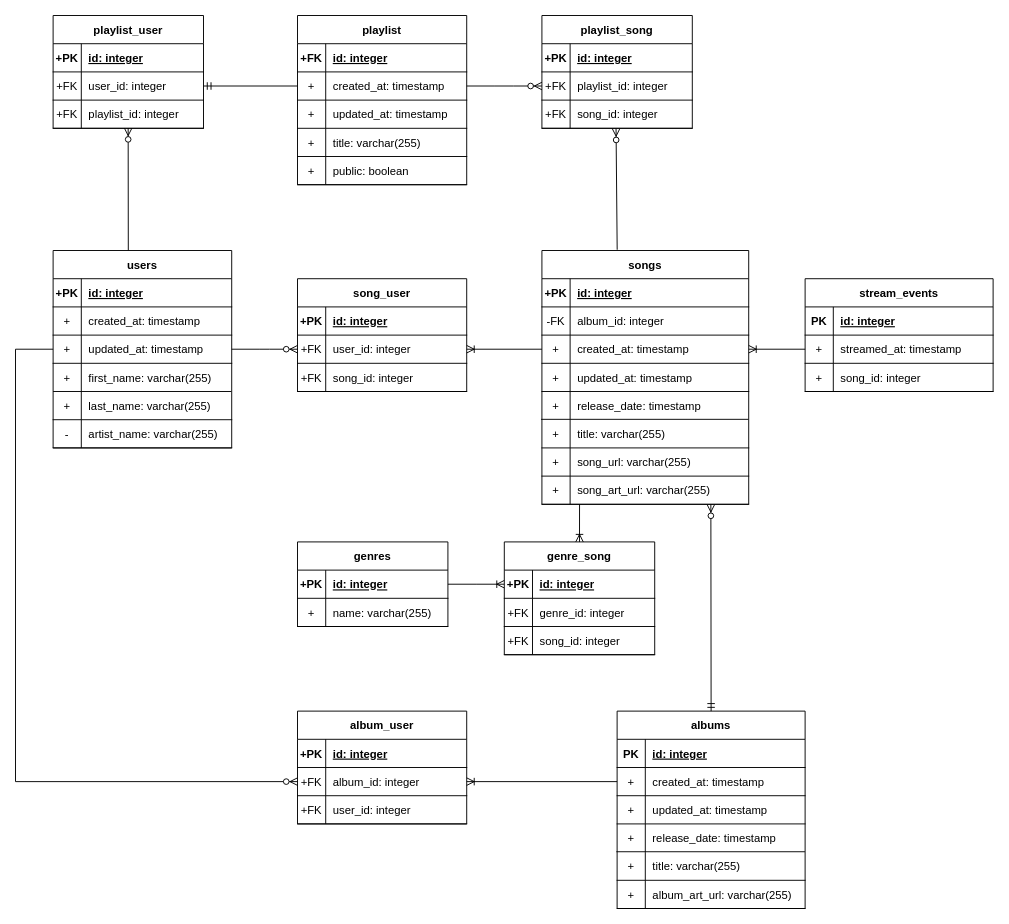
Earlier version of the draw.io diagram ER Diagram.drawio (alecdiaz1/rainify). Source tidied: cells renumbered, new cells numbered last; positions are measured from the earlier drawing's top-left corner, leaving out a move shared by most shapes. Both pictures are drawn from the tidied source at 94%, with x=0, y=0 at pixel (15, 15).
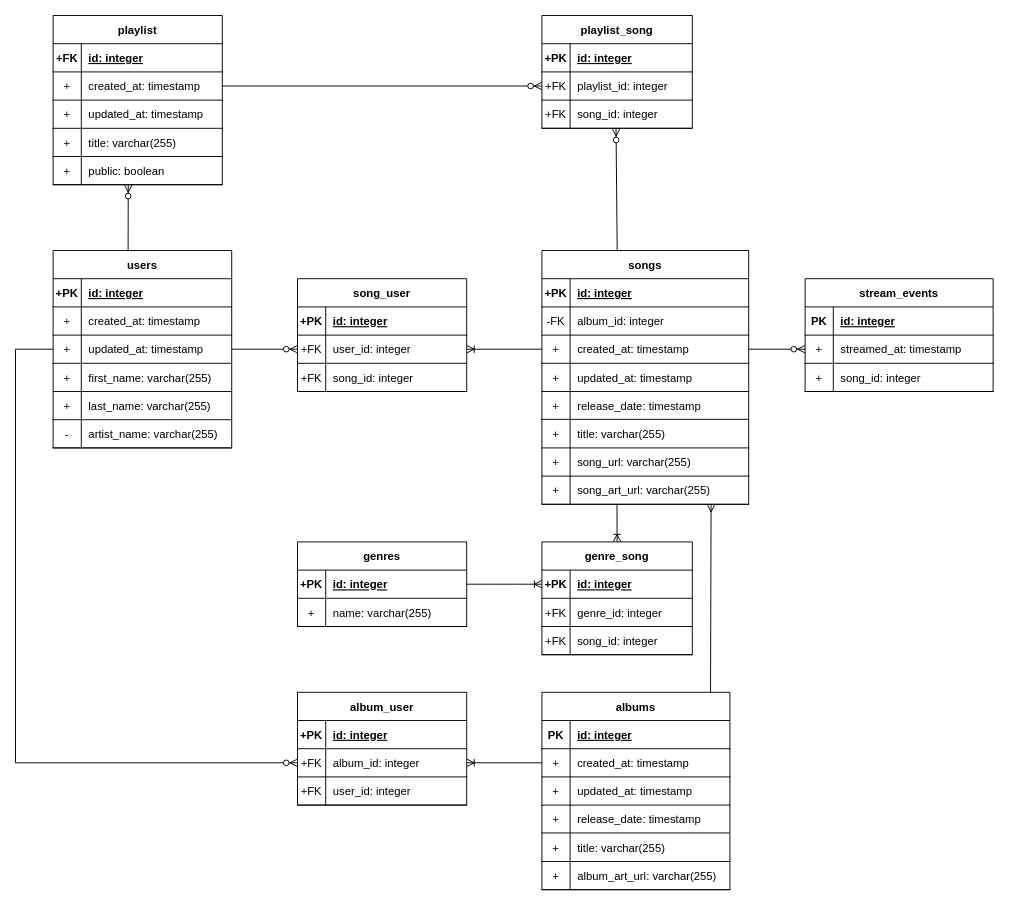
The same page after the edit.

The change refers to these unchanged cells:
```xml
<mxCell id="2" value="users" style="shape=table;startSize=30;childLayout=tableLayout;rowLines=0;fontStyle=1;align=center;rounded=0;sketch=0;" parent="1" vertex="1">
  <mxGeometry x="40" y="250" width="190" height="210" as="geometry" />
</mxCell>
<mxCell id="39" style="shape=tableRow;horizontal=0;startSize=0;swimlaneHead=0;swimlaneBody=0;fillColor=none;points=[[0,0.5],[1,0.5]];portConstraint=eastwest;top=0;left=0;right=0;bottom=1;rounded=0;sketch=0;" parent="32" vertex="1">
  <mxGeometry y="90" width="220" height="30" as="geometry" />
</mxCell>
<mxCell id="54" style="shape=tableRow;horizontal=0;startSize=0;swimlaneHead=0;swimlaneBody=0;fillColor=none;points=[[0,0.5],[1,0.5]];portConstraint=eastwest;top=0;left=0;right=0;bottom=1;rounded=0;sketch=0;" parent="32" vertex="1">
  <mxGeometry y="240" width="220" height="30" as="geometry" />
</mxCell>
<mxCell id="62" style="shape=tableRow;horizontal=0;startSize=0;swimlaneHead=0;swimlaneBody=0;fillColor=none;points=[[0,0.5],[1,0.5]];portConstraint=eastwest;top=0;left=0;right=0;bottom=1;rounded=0;sketch=0;" parent="58" vertex="1">
  <mxGeometry y="60" width="200" height="30" as="geometry" />
</mxCell>
<mxCell id="94" style="shape=tableRow;horizontal=0;startSize=0;swimlaneHead=0;swimlaneBody=0;fillColor=none;points=[[0,0.5],[1,0.5]];portConstraint=eastwest;top=0;left=0;right=0;bottom=1;rounded=0;sketch=0;" parent="90" vertex="1">
  <mxGeometry y="60" width="180" height="30" as="geometry" />
</mxCell>
<mxCell id="103" style="shape=tableRow;horizontal=0;startSize=0;swimlaneHead=0;swimlaneBody=0;fillColor=none;points=[[0,0.5],[1,0.5]];portConstraint=eastwest;top=0;left=0;right=0;bottom=1;rounded=0;sketch=0;" parent="90" vertex="1">
  <mxGeometry y="150" width="180" height="30" as="geometry" />
</mxCell>
```

Diff of the diagram source:
```diff
@@
     <mxCell id="69" value="genres" style="shape=table;startSize=30;childLayout=tableLayout;rowLines=0;fontStyle=1;align=center;rounded=0;sketch=0;" parent="1" vertex="1">
-      <mxGeometry x="300" y="560" width="160" height="90" as="geometry" />
+      <mxGeometry x="300" y="560" width="180" height="90" as="geometry" />
     </mxCell>
     <mxCell id="70" style="shape=tableRow;horizontal=0;startSize=0;swimlaneHead=0;swimlaneBody=0;fillColor=none;top=0;left=0;right=0;bottom=1;rounded=0;sketch=0;" parent="69" vertex="1">
-      <mxGeometry y="30" width="160" height="30" as="geometry" />
+      <mxGeometry y="30" width="180" height="30" as="geometry" />
     </mxCell>
@@
     <mxCell id="72" value="id: integer" style="shape=partialRectangle;fillColor=none;top=0;left=0;bottom=0;right=0;align=left;spacingLeft=6;fontStyle=5;overflow=hidden;rounded=0;sketch=0;" parent="70" vertex="1">
-      <mxGeometry x="30" width="130" height="30" as="geometry" />
+      <mxGeometry x="30" width="150" height="30" as="geometry" />
     </mxCell>
     <mxCell id="73" style="shape=tableRow;horizontal=0;startSize=0;swimlaneHead=0;swimlaneBody=0;fillColor=none;top=0;left=0;right=0;bottom=1;rounded=0;sketch=0;" parent="69" vertex="1">
-      <mxGeometry y="60" width="160" height="30" as="geometry" />
+      <mxGeometry y="60" width="180" height="30" as="geometry" />
     </mxCell>
@@
     <mxCell id="75" value="name: varchar(255)" style="shape=partialRectangle;fillColor=none;top=0;left=0;bottom=0;right=0;align=left;spacingLeft=6;fontStyle=0;overflow=hidden;rounded=0;sketch=0;" parent="73" vertex="1">
-      <mxGeometry x="30" width="130" height="30" as="geometry" />
+      <mxGeometry x="30" width="150" height="30" as="geometry" />
     </mxCell>
@@
-    <mxCell id="77" style="fontSize=12;html=1;endArrow=ERoneToMany;rounded=0;exitX=0;exitY=0.5;exitDx=0;exitDy=0;entryX=1;entryY=0.5;entryDx=0;entryDy=0;" parent="1" edge="1" source="62" target="39">
-      <mxGeometry relative="1" as="geometry" />
-    </mxCell>
     <mxCell id="78" value="genre_song" style="shape=table;startSize=30;childLayout=tableLayout;rowLines=0;fontStyle=1;align=center;rounded=0;sketch=0;" parent="1" vertex="1">
-      <mxGeometry x="520" y="560" width="160" height="120" as="geometry" />
+      <mxGeometry x="560" y="560" width="160" height="120" as="geometry" />
     </mxCell>
@@
-    <mxCell id="88" style="fontSize=12;html=1;endArrow=ERoneToMany;rounded=0;entryX=0.5;entryY=0;entryDx=0;entryDy=0;exitX=0.182;exitY=1.001;exitDx=0;exitDy=0;exitPerimeter=0;" parent="1" edge="1" source="54" target="78">
+    <mxCell id="88" style="fontSize=12;html=1;endArrow=ERoneToMany;rounded=0;entryX=0.5;entryY=0;entryDx=0;entryDy=0;exitX=0.363;exitY=0.995;exitDx=0;exitDy=0;exitPerimeter=0;" parent="1" edge="1" source="54" target="78">
       <mxGeometry relative="1" as="geometry" />
     </mxCell>
@@
     <mxCell id="90" value="playlist" style="shape=table;startSize=30;childLayout=tableLayout;rowLines=0;fontStyle=1;align=center;rounded=0;sketch=0;" parent="1" vertex="1">
-      <mxGeometry x="300" width="180" height="180" as="geometry" />
+      <mxGeometry x="40" width="180" height="180" as="geometry" />
     </mxCell>
@@
-    <mxCell id="118" value="playlist_user" style="shape=table;startSize=30;childLayout=tableLayout;rowLines=0;fontStyle=1;align=center;rounded=0;sketch=0;" parent="1" vertex="1">
-      <mxGeometry x="40" width="160" height="120" as="geometry" />
-    </mxCell>
-    <mxCell id="119" style="shape=tableRow;horizontal=0;startSize=0;swimlaneHead=0;swimlaneBody=0;fillColor=none;top=0;left=0;right=0;bottom=1;rounded=0;sketch=0;" parent="118" vertex="1">
-      <mxGeometry y="30" width="160" height="30" as="geometry" />
-    </mxCell>
-    <mxCell id="120" value="+PK" style="shape=partialRectangle;fillColor=none;top=0;left=0;bottom=0;right=0;fontStyle=1;overflow=hidden;rounded=0;sketch=0;" parent="119" vertex="1">
-      <mxGeometry width="30" height="30" as="geometry" />
-    </mxCell>
-    <mxCell id="121" value="id: integer" style="shape=partialRectangle;fillColor=none;top=0;left=0;bottom=0;right=0;align=left;spacingLeft=6;fontStyle=5;overflow=hidden;rounded=0;sketch=0;" parent="119" vertex="1">
-      <mxGeometry x="30" width="130" height="30" as="geometry" />
-    </mxCell>
-    <mxCell id="122" style="shape=tableRow;horizontal=0;startSize=0;swimlaneHead=0;swimlaneBody=0;fillColor=none;points=[[0,0.5],[1,0.5]];portConstraint=eastwest;top=0;left=0;right=0;bottom=1;rounded=0;sketch=0;" parent="118" vertex="1">
-      <mxGeometry y="60" width="160" height="30" as="geometry" />
-    </mxCell>
-    <mxCell id="123" value="+FK" style="shape=partialRectangle;fillColor=none;top=0;left=0;bottom=0;right=0;fontStyle=0;overflow=hidden;rounded=0;sketch=0;" parent="122" vertex="1">
-      <mxGeometry width="30" height="30" as="geometry" />
-    </mxCell>
-    <mxCell id="124" value="user_id: integer" style="shape=partialRectangle;fillColor=none;top=0;left=0;bottom=0;right=0;align=left;spacingLeft=6;fontStyle=0;overflow=hidden;rounded=0;sketch=0;" parent="122" vertex="1">
-      <mxGeometry x="30" width="130" height="30" as="geometry" />
-    </mxCell>
-    <mxCell id="125" style="shape=tableRow;horizontal=0;startSize=0;swimlaneHead=0;swimlaneBody=0;fillColor=none;points=[[0,0.5],[1,0.5]];portConstraint=eastwest;top=0;left=0;right=0;bottom=1;" parent="118" vertex="1">
-      <mxGeometry y="90" width="160" height="30" as="geometry" />
-    </mxCell>
-    <mxCell id="126" value="+FK" style="shape=partialRectangle;fillColor=none;top=0;left=0;bottom=0;right=0;fontStyle=0;overflow=hidden;" parent="125" vertex="1">
-      <mxGeometry width="30" height="30" as="geometry" />
-    </mxCell>
-    <mxCell id="127" value="playlist_id: integer" style="shape=partialRectangle;fillColor=none;top=0;left=0;bottom=0;right=0;align=left;spacingLeft=6;fontStyle=0;overflow=hidden;" parent="125" vertex="1">
-      <mxGeometry x="30" width="130" height="30" as="geometry" />
-    </mxCell>
-    <mxCell id="128" style="fontSize=12;html=1;endArrow=ERzeroToMany;endFill=1;rounded=0;exitX=0.421;exitY=-0.001;exitDx=0;exitDy=0;exitPerimeter=0;entryX=0.499;entryY=0.993;entryDx=0;entryDy=0;entryPerimeter=0;" parent="1" edge="1" source="2" target="125">
-      <mxGeometry relative="1" as="geometry" />
-    </mxCell>
-    <mxCell id="129" style="fontSize=12;html=1;endArrow=ERmandOne;rounded=0;exitX=0;exitY=0.5;exitDx=0;exitDy=0;entryX=1;entryY=0.5;entryDx=0;entryDy=0;" parent="1" edge="1" source="94" target="122">
-      <mxGeometry relative="1" as="geometry" />
-    </mxCell>
     <mxCell id="130" value="albums" style="shape=table;startSize=30;childLayout=tableLayout;rowLines=0;fontStyle=1;align=center;rounded=0;sketch=0;" parent="1" vertex="1">
-      <mxGeometry x="640" y="740" width="200" height="210" as="geometry" />
+      <mxGeometry x="560" y="720" width="200" height="210" as="geometry" />
     </mxCell>
@@
     <mxCell id="150" value="album_user" style="shape=table;startSize=30;childLayout=tableLayout;rowLines=0;fontStyle=1;align=center;rounded=0;sketch=0;" parent="1" vertex="1">
-      <mxGeometry x="300" y="740" width="180" height="120" as="geometry" />
+      <mxGeometry x="300" y="720" width="180" height="120" as="geometry" />
     </mxCell>
@@
+    <mxCell id="163" style="fontSize=12;html=1;endArrow=ERzeroToMany;endFill=1;rounded=0;exitX=0.42;exitY=0.004;exitDx=0;exitDy=0;entryX=0.444;entryY=1.006;entryDx=0;entryDy=0;entryPerimeter=0;exitPerimeter=0;" parent="1" edge="1" source="2" target="103">
+      <mxGeometry relative="1" as="geometry" />
+    </mxCell>
+    <mxCell id="164" style="edgeStyle=entityRelationEdgeStyle;fontSize=12;html=1;endArrow=ERzeroToMany;endFill=1;rounded=0;exitX=1;exitY=0.5;exitDx=0;exitDy=0;entryX=0;entryY=0.5;entryDx=0;entryDy=0;" parent="1" edge="1" source="39" target="62">
+      <mxGeometry relative="1" as="geometry" />
+    </mxCell>
-    <mxCell id="162" style="fontSize=12;html=1;endArrow=ERzeroToMany;startArrow=ERmandOne;rounded=0;sketch=0;exitX=0.5;exitY=0;exitDx=0;exitDy=0;entryX=0.817;entryY=1.007;entryDx=0;entryDy=0;entryPerimeter=0;" parent="1" edge="1" source="130" target="54">
+    <mxCell id="162" style="fontSize=12;html=1;endArrow=ERmany;rounded=0;entryX=0.818;entryY=1.004;entryDx=0;entryDy=0;entryPerimeter=0;exitX=0.897;exitY=0;exitDx=0;exitDy=0;exitPerimeter=0;" parent="1" edge="1" source="130" target="54">
       <mxGeometry relative="1" as="geometry" />
     </mxCell>
```
